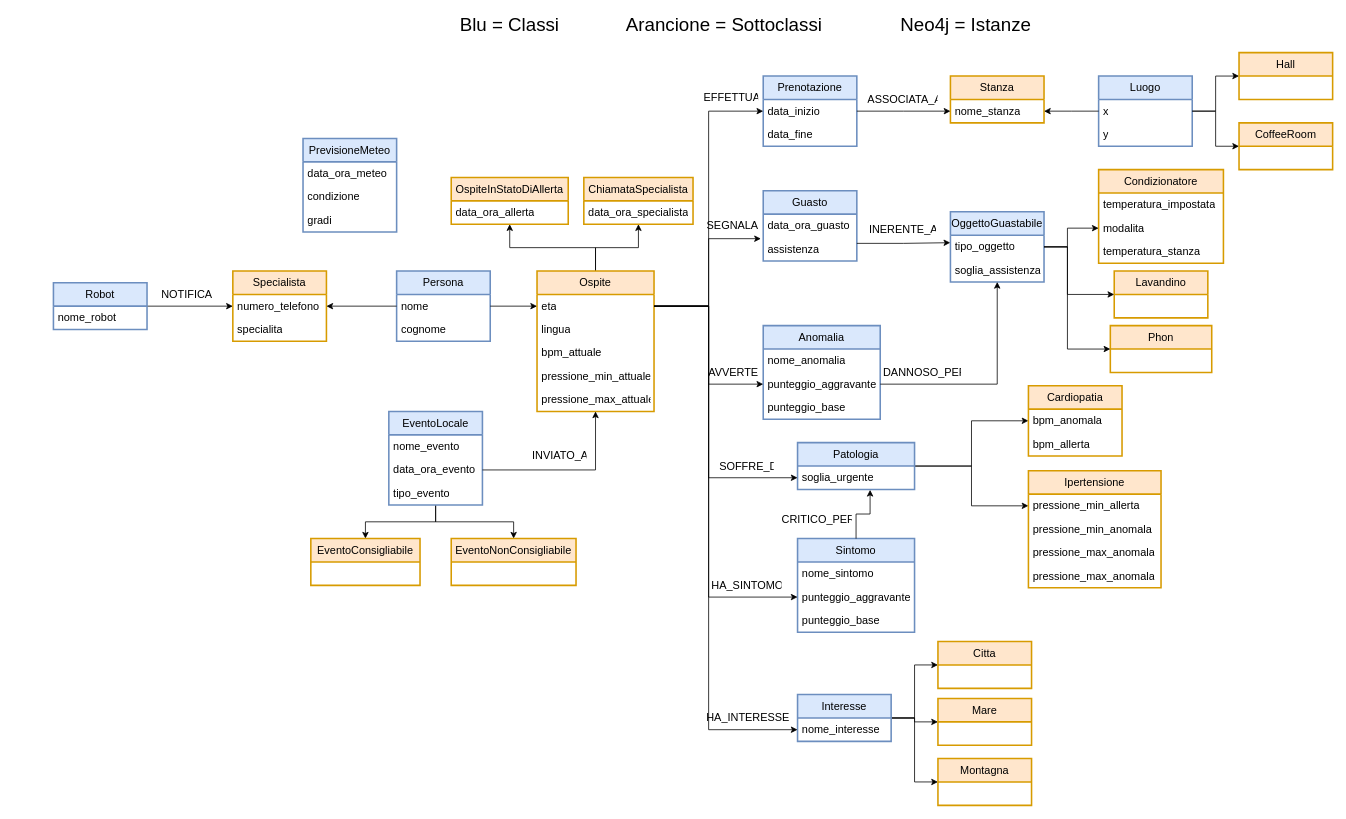
Above: src/knowledge_base/ontology.drawio in A-rgonaut/LM-32_HrR_Hotel-receptionist_Robot (draw.io), before the change. Source tidied: cells renumbered, new cells numbered last; positions are measured from the earlier drawing's top-left corner, leaving out a move shared by most shapes. Both pictures are drawn from the tidied source at 78%, with x=0, y=0 at pixel (53, 13).
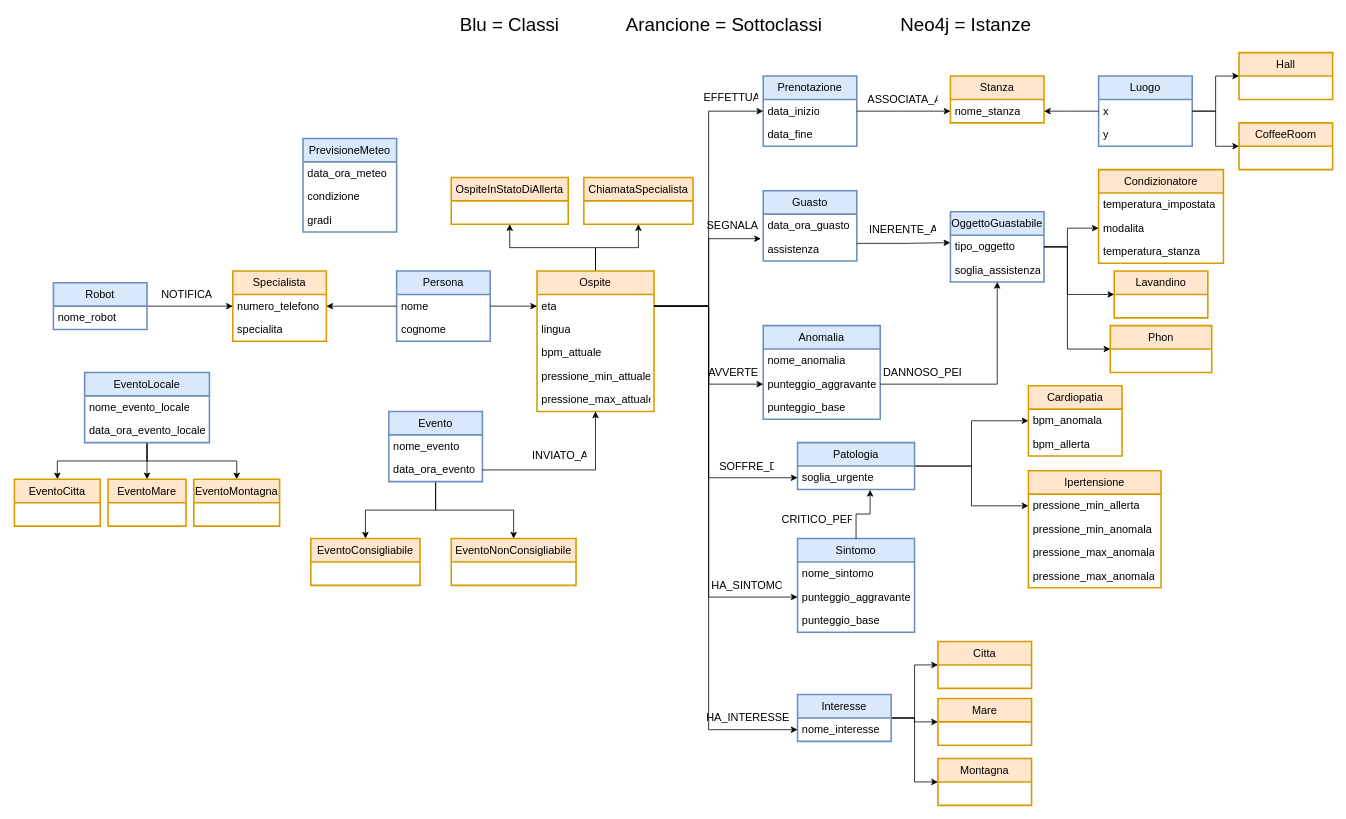
Above is the later version.

The change refers to these unchanged cells:
```xml
<mxCell id="111" value="OspiteInStatoDiAllerta" style="swimlane;fontStyle=0;horizontal=1;startSize=30;whiteSpace=wrap;html=1;fontSize=14;fontFamily=Cambria;fillColor=#ffe6cc;strokeColor=#d79b00;strokeWidth=2;" parent="1" vertex="1">
  <mxGeometry x="510" y="210" width="150" height="60" as="geometry" />
</mxCell>
<mxCell id="113" value="ChiamataSpecialista" style="swimlane;fontStyle=0;horizontal=1;startSize=30;whiteSpace=wrap;html=1;fontSize=14;fontFamily=Cambria;fillColor=#ffe6cc;strokeColor=#d79b00;strokeWidth=2;" parent="1" vertex="1">
  <mxGeometry x="680" y="210" width="140" height="60" as="geometry" />
</mxCell>
```

The edit, as a diff of the source:
```diff
@@
-    <mxCell id="51" value="EventoLocale" style="swimlane;fontStyle=0;horizontal=1;startSize=30;whiteSpace=wrap;html=1;fontSize=14;fontFamily=Cambria;fillColor=#dae8fc;strokeColor=#6c8ebf;strokeWidth=2;" parent="1" vertex="1">
-      <mxGeometry x="430" y="510" width="120" height="120" as="geometry" />
+    <mxCell id="51" value="Evento" style="swimlane;fontStyle=0;horizontal=1;startSize=30;whiteSpace=wrap;html=1;fontSize=14;fontFamily=Cambria;fillColor=#dae8fc;strokeColor=#6c8ebf;strokeWidth=2;" parent="1" vertex="1">
+      <mxGeometry x="430" y="510" width="120" height="90" as="geometry" />
     </mxCell>
@@
-    <mxCell id="54" value="tipo_evento" style="text;strokeColor=none;fillColor=none;align=left;verticalAlign=middle;spacingLeft=4;spacingRight=4;overflow=hidden;whiteSpace=wrap;html=1;fontSize=14;fontFamily=Cambria;strokeWidth=2;" parent="51" vertex="1">
-      <mxGeometry y="90" width="120" height="30" as="geometry" />
-    </mxCell>
@@
-    <mxCell id="112" value="data_ora_allerta" style="text;strokeColor=none;fillColor=none;align=left;verticalAlign=middle;spacingLeft=4;spacingRight=4;overflow=hidden;whiteSpace=wrap;html=1;fontSize=14;fontFamily=Cambria;strokeWidth=2;" parent="111" vertex="1">
-      <mxGeometry y="30" width="150" height="30" as="geometry" />
-    </mxCell>
@@
-    <mxCell id="114" value="data_ora_specialista" style="text;strokeColor=none;fillColor=none;align=left;verticalAlign=middle;spacingLeft=4;spacingRight=4;overflow=hidden;whiteSpace=wrap;html=1;fontSize=14;fontFamily=Cambria;strokeWidth=2;" parent="113" vertex="1">
-      <mxGeometry y="30" width="140" height="30" as="geometry" />
-    </mxCell>
@@
+    <mxCell id="119" style="edgeStyle=orthogonalEdgeStyle;rounded=0;jettySize=auto;html=1;entryX=0.5;entryY=0;entryDx=0;entryDy=0;" parent="1" edge="1" source="122" target="125">
+      <mxGeometry relative="1" as="geometry" />
+    </mxCell>
+    <mxCell id="120" style="edgeStyle=orthogonalEdgeStyle;rounded=0;jettySize=auto;html=1;entryX=0.5;entryY=0;entryDx=0;entryDy=0;" parent="1" edge="1" source="122" target="126">
+      <mxGeometry relative="1" as="geometry" />
+    </mxCell>
+    <mxCell id="121" style="edgeStyle=orthogonalEdgeStyle;rounded=0;jettySize=auto;html=1;entryX=0.5;entryY=0;entryDx=0;entryDy=0;" parent="1" edge="1" source="122" target="127">
+      <mxGeometry relative="1" as="geometry" />
+    </mxCell>
+    <mxCell id="122" value="EventoLocale" style="swimlane;fontStyle=0;horizontal=1;startSize=30;whiteSpace=wrap;html=1;fontSize=14;fontFamily=Cambria;fillColor=#dae8fc;strokeColor=#6c8ebf;strokeWidth=2;" parent="1" vertex="1">
+      <mxGeometry x="40" y="460" width="160" height="90" as="geometry" />
+    </mxCell>
+    <mxCell id="123" value="nome_evento_locale" style="text;strokeColor=none;fillColor=none;align=left;verticalAlign=middle;spacingLeft=4;spacingRight=4;overflow=hidden;whiteSpace=wrap;html=1;fontSize=14;fontFamily=Cambria;strokeWidth=2;" parent="122" vertex="1">
+      <mxGeometry y="30" width="160" height="30" as="geometry" />
+    </mxCell>
+    <mxCell id="124" value="data_ora_evento_locale" style="text;strokeColor=none;fillColor=none;align=left;verticalAlign=middle;spacingLeft=4;spacingRight=4;overflow=hidden;whiteSpace=wrap;html=1;fontSize=14;fontFamily=Cambria;strokeWidth=2;" parent="122" vertex="1">
+      <mxGeometry y="60" width="160" height="30" as="geometry" />
+    </mxCell>
+    <mxCell id="125" value="EventoCitta" style="swimlane;fontStyle=0;horizontal=1;startSize=30;whiteSpace=wrap;html=1;fontSize=14;fontFamily=Cambria;fillColor=#ffe6cc;strokeColor=#d79b00;strokeWidth=2;" parent="1" vertex="1">
+      <mxGeometry x="-50" y="597" width="110" height="60" as="geometry" />
+    </mxCell>
+    <mxCell id="126" value="EventoMare" style="swimlane;fontStyle=0;horizontal=1;startSize=30;whiteSpace=wrap;html=1;fontSize=14;fontFamily=Cambria;fillColor=#ffe6cc;strokeColor=#d79b00;strokeWidth=2;" parent="1" vertex="1">
+      <mxGeometry x="70" y="597" width="100" height="60" as="geometry" />
+    </mxCell>
+    <mxCell id="127" value="EventoMontagna" style="swimlane;fontStyle=0;horizontal=1;startSize=30;whiteSpace=wrap;html=1;fontSize=14;fontFamily=Cambria;fillColor=#ffe6cc;strokeColor=#d79b00;strokeWidth=2;" parent="1" vertex="1">
+      <mxGeometry x="180" y="597" width="110" height="60" as="geometry" />
+    </mxCell>
```
